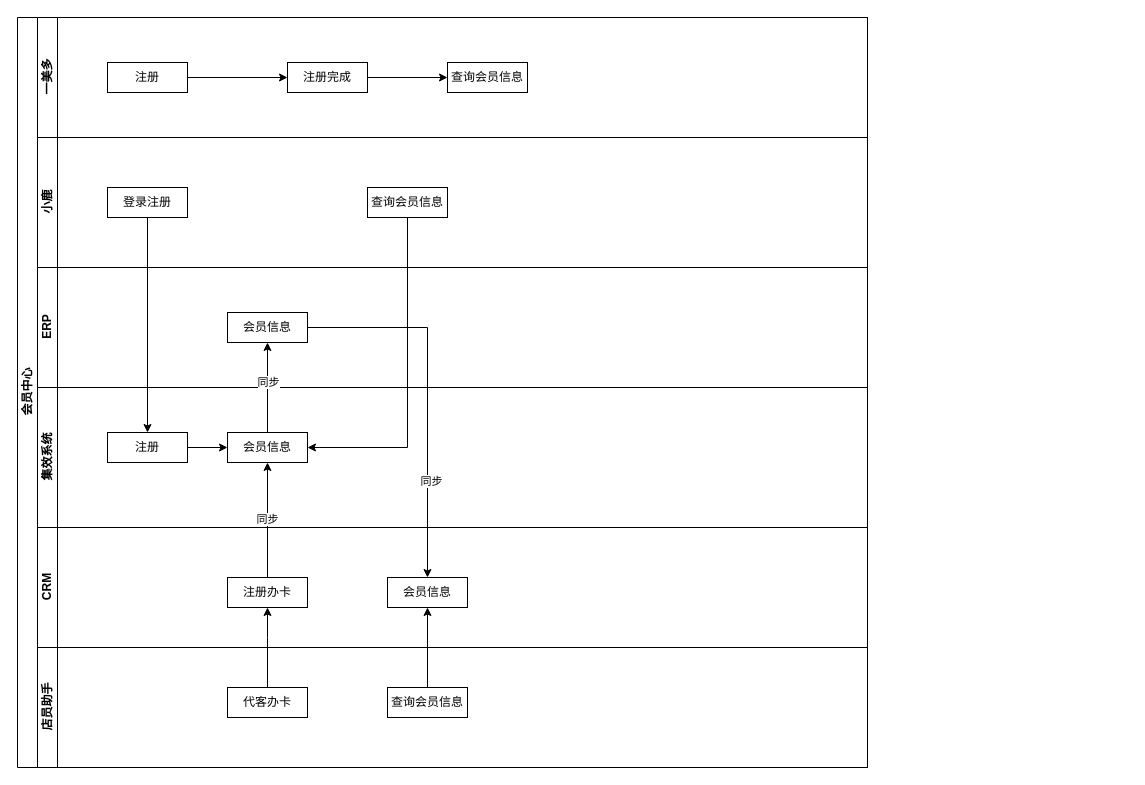
Before: page "Page-2" (2 of 4) of 会员.drawio in JustDoItHilary/HilarysTraining, a draw.io diagram. Source tidied: cells renumbered, new cells numbered last; positions are measured from the earlier drawing's top-left corner, leaving out a move shared by most shapes. Both pictures are drawn from the tidied source at 100%, with x=0, y=0 at pixel (17, 17).
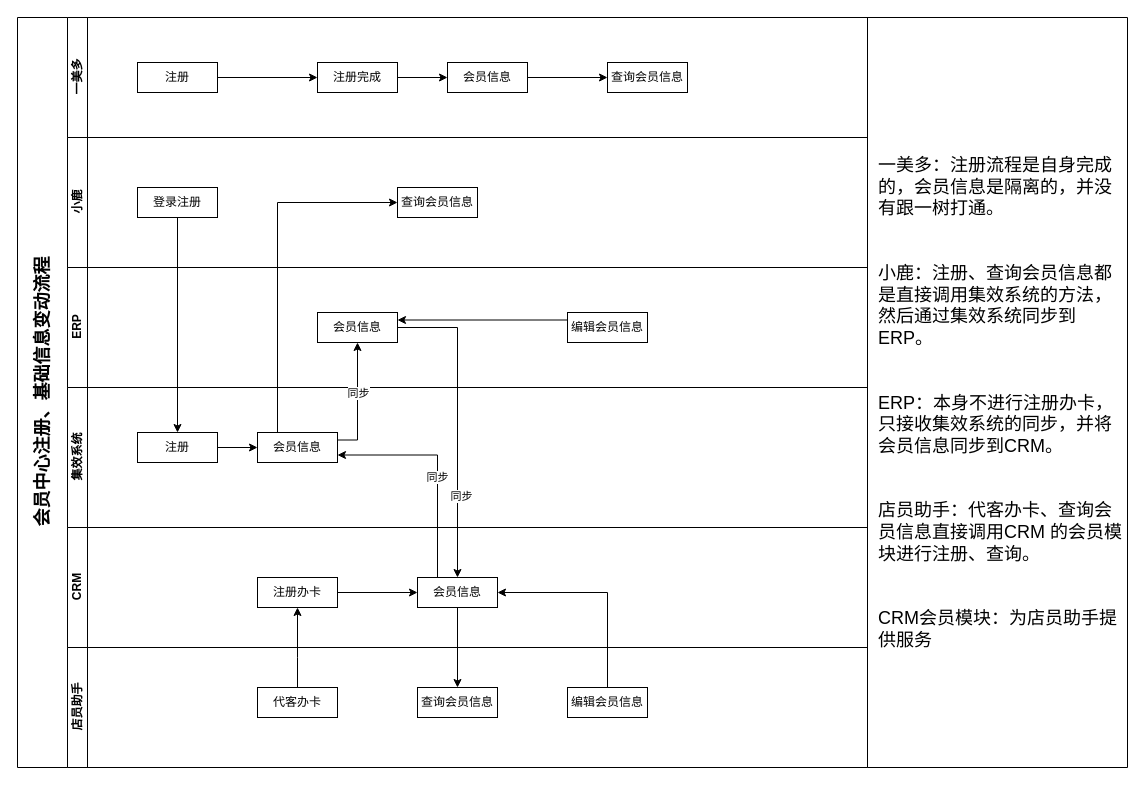
The same page after the edit.

The change refers to these unchanged cells:
```xml
<mxCell id="9" value="查询会员信息" style="rounded=0;whiteSpace=wrap;html=1;" parent="7" vertex="1">
  <mxGeometry x="330" y="50" width="80" height="30" as="geometry" />
</mxCell>
<mxCell id="13" value="会员信息" style="rounded=0;whiteSpace=wrap;html=1;" parent="12" vertex="1">
  <mxGeometry x="190" y="45" width="80" height="30" as="geometry" />
</mxCell>
<mxCell id="17" value="注册办卡" style="rounded=0;whiteSpace=wrap;html=1;" parent="16" vertex="1">
  <mxGeometry x="190" y="50" width="80" height="30" as="geometry" />
</mxCell>
<mxCell id="18" value="会员信息" style="rounded=0;whiteSpace=wrap;html=1;" parent="16" vertex="1">
  <mxGeometry x="350" y="50" width="80" height="30" as="geometry" />
</mxCell>
<mxCell id="20" value="查询会员信息" style="rounded=0;whiteSpace=wrap;html=1;" parent="19" vertex="1">
  <mxGeometry x="350" y="40" width="80" height="30" as="geometry" />
</mxCell>
<mxCell id="21" value="代客办卡" style="rounded=0;whiteSpace=wrap;html=1;" parent="19" vertex="1">
  <mxGeometry x="190" y="40" width="80" height="30" as="geometry" />
</mxCell>
```

Diff of the diagram source:
```diff
@@
-    <mxCell id="2" value="会员中心" style="swimlane;html=1;horizontal=0;startSize=20;" parent="1" vertex="1">
+    <mxCell id="2" value="&lt;font style=&quot;line-height: 90% ; font-size: 18px&quot;&gt;会员中心注册、基础信息变动流程&lt;/font&gt;" style="swimlane;html=1;horizontal=0;startSize=50;" parent="1" vertex="1">
       <mxGeometry width="850" height="750" as="geometry" />
     </mxCell>
     <mxCell id="3" value="一美多" style="swimlane;html=1;startSize=20;horizontal=0;" parent="2" vertex="1">
-      <mxGeometry x="20" width="830" height="120" as="geometry" />
+      <mxGeometry x="50" width="800" height="120" as="geometry" />
     </mxCell>
@@
     <mxCell id="7" value="小鹿" style="swimlane;html=1;startSize=20;horizontal=0;" parent="2" vertex="1">
-      <mxGeometry x="20" y="120" width="830" height="130" as="geometry" />
+      <mxGeometry x="50" y="120" width="800" height="130" as="geometry" />
     </mxCell>
@@
     <mxCell id="10" value="ERP" style="swimlane;html=1;startSize=20;horizontal=0;" parent="2" vertex="1">
-      <mxGeometry x="20" y="250" width="830" height="120" as="geometry" />
+      <mxGeometry x="50" y="250" width="800" height="120" as="geometry" />
     </mxCell>
     <mxCell id="11" value="会员信息" style="rounded=0;whiteSpace=wrap;html=1;" parent="10" vertex="1">
-      <mxGeometry x="190" y="45" width="80" height="30" as="geometry" />
+      <mxGeometry x="250" y="45" width="80" height="30" as="geometry" />
     </mxCell>
+    <mxCell id="35" style="edgeStyle=orthogonalEdgeStyle;rounded=0;jettySize=auto;html=1;exitX=0;exitY=0.25;exitDx=0;exitDy=0;entryX=1;entryY=0.25;entryDx=0;entryDy=0;strokeColor=#000000;strokeWidth=1;fontColor=#007FFF;jumpStyle=arc;" parent="10" edge="1" source="36" target="11">
+      <mxGeometry relative="1" as="geometry" />
+    </mxCell>
+    <mxCell id="36" value="编辑会员信息" style="rounded=0;whiteSpace=wrap;html=1;" parent="10" vertex="1">
+      <mxGeometry x="500" y="45" width="80" height="30" as="geometry" />
+    </mxCell>
     <mxCell id="12" value="集效系统" style="swimlane;html=1;startSize=20;horizontal=0;" parent="2" vertex="1">
-      <mxGeometry x="20" y="370" width="830" height="140" as="geometry" />
+      <mxGeometry x="50" y="370" width="800" height="140" as="geometry" />
     </mxCell>
@@
     <mxCell id="16" value="CRM" style="swimlane;html=1;startSize=20;horizontal=0;" parent="2" vertex="1">
-      <mxGeometry x="20" y="510" width="830" height="120" as="geometry" />
+      <mxGeometry x="50" y="510" width="800" height="120" as="geometry" />
     </mxCell>
@@
+    <mxCell id="37" style="edgeStyle=orthogonalEdgeStyle;rounded=0;jettySize=auto;html=1;exitX=1;exitY=0.5;exitDx=0;exitDy=0;entryX=0;entryY=0.5;entryDx=0;entryDy=0;" parent="16" edge="1" source="17" target="18">
+      <mxGeometry relative="1" as="geometry" />
+    </mxCell>
     <mxCell id="19" value="店员助手" style="swimlane;html=1;startSize=20;horizontal=0;" parent="2" vertex="1">
-      <mxGeometry x="20" y="630" width="830" height="120" as="geometry" />
+      <mxGeometry x="50" y="630" width="800" height="120" as="geometry" />
     </mxCell>
@@
+    <mxCell id="38" value="编辑会员信息" style="rounded=0;whiteSpace=wrap;html=1;" parent="19" vertex="1">
+      <mxGeometry x="500" y="40" width="80" height="30" as="geometry" />
+    </mxCell>
-    <mxCell id="22" value="同步" style="edgeStyle=orthogonalEdgeStyle;rounded=0;jettySize=auto;html=1;" parent="2" edge="1" source="17" target="13">
-      <mxGeometry relative="1" as="geometry" />
+    <mxCell id="22" value="同步" style="edgeStyle=orthogonalEdgeStyle;rounded=0;jettySize=auto;html=1;exitX=0.25;exitY=0;exitDx=0;exitDy=0;entryX=1;entryY=0.75;entryDx=0;entryDy=0;" parent="2" edge="1" source="18" target="13">
+      <mxGeometry x="-0.1" relative="1" as="geometry" />
     </mxCell>
@@
-    <mxCell id="24" style="edgeStyle=orthogonalEdgeStyle;rounded=0;jettySize=auto;html=1;" parent="2" edge="1" source="13" target="11">
+    <mxCell id="24" style="edgeStyle=orthogonalEdgeStyle;rounded=0;jettySize=auto;html=1;exitX=1;exitY=0.25;exitDx=0;exitDy=0;" parent="2" edge="1" source="13" target="11">
       <mxGeometry relative="1" as="geometry" />
     </mxCell>
@@
-    <mxCell id="26" style="edgeStyle=orthogonalEdgeStyle;rounded=0;jettySize=auto;html=1;entryX=1;entryY=0.5;entryDx=0;entryDy=0;" parent="2" edge="1" source="9" target="13">
-      <mxGeometry relative="1" as="geometry">
-        <Array as="points">
-          <mxPoint x="390" y="430" />
-        </Array>
-      </mxGeometry>
-    </mxCell>
-    <mxCell id="27" style="edgeStyle=orthogonalEdgeStyle;rounded=0;jettySize=auto;html=1;" parent="2" edge="1" source="21" target="17">
+    <mxCell id="27" style="edgeStyle=orthogonalEdgeStyle;rounded=0;jettySize=auto;html=1;exitX=0.5;exitY=0;exitDx=0;exitDy=0;entryX=0.5;entryY=1;entryDx=0;entryDy=0;" parent="2" edge="1" source="21" target="17">
       <mxGeometry relative="1" as="geometry">
         <Array as="points">
-          <mxPoint x="250" y="620" />
-          <mxPoint x="250" y="620" />
+          <mxPoint x="280" y="640" />
+          <mxPoint x="280" y="640" />
         </Array>
       </mxGeometry>
     </mxCell>
-    <mxCell id="28" style="edgeStyle=orthogonalEdgeStyle;rounded=0;jettySize=auto;html=1;" parent="2" edge="1" source="20" target="18">
-      <mxGeometry relative="1" as="geometry" />
-    </mxCell>
-    <mxCell id="29" style="edgeStyle=orthogonalEdgeStyle;rounded=0;jettySize=auto;html=1;exitX=1;exitY=0.5;exitDx=0;exitDy=0;entryX=0.5;entryY=0;entryDx=0;entryDy=0;" parent="2" edge="1" source="11" target="18">
+    <mxCell id="29" style="edgeStyle=orthogonalEdgeStyle;rounded=0;jettySize=auto;html=1;exitX=1;exitY=0.5;exitDx=0;exitDy=0;entryX=0.5;entryY=0;entryDx=0;entryDy=0;jumpStyle=arc;" parent="2" edge="1" source="11" target="18">
       <mxGeometry relative="1" as="geometry" />
     </mxCell>
@@
+    <mxCell id="28" style="edgeStyle=orthogonalEdgeStyle;rounded=0;jettySize=auto;html=1;exitX=0.5;exitY=1;exitDx=0;exitDy=0;" parent="2" edge="1" source="18" target="20">
+      <mxGeometry relative="1" as="geometry">
+        <Array as="points">
+          <mxPoint x="440" y="670" />
+        </Array>
+      </mxGeometry>
+    </mxCell>
+    <mxCell id="26" style="edgeStyle=orthogonalEdgeStyle;rounded=0;jettySize=auto;html=1;exitX=0.25;exitY=0;exitDx=0;exitDy=0;jumpStyle=arc;entryX=0;entryY=0.5;entryDx=0;entryDy=0;" parent="2" edge="1" source="13" target="9">
+      <mxGeometry relative="1" as="geometry">
+        <Array as="points">
+          <mxPoint x="260" y="185" />
+        </Array>
+      </mxGeometry>
+    </mxCell>
+    <mxCell id="39" style="edgeStyle=orthogonalEdgeStyle;rounded=0;jettySize=auto;html=1;exitX=0.5;exitY=0;exitDx=0;exitDy=0;entryX=1;entryY=0.5;entryDx=0;entryDy=0;strokeColor=#000000;strokeWidth=1;fontColor=#007FFF;" parent="2" edge="1" source="38" target="18">
+      <mxGeometry relative="1" as="geometry" />
+    </mxCell>
@@
+    <mxCell id="40" style="edgeStyle=orthogonalEdgeStyle;rounded=0;jettySize=auto;html=1;strokeColor=#000000;strokeWidth=1;fontColor=#007FFF;" parent="1" edge="1" source="33" target="41">
+      <mxGeometry relative="1" as="geometry" />
+    </mxCell>
-    <mxCell id="33" value="查询会员信息" style="rounded=0;whiteSpace=wrap;html=1;" parent="1" vertex="1">
+    <mxCell id="33" value="会员信息" style="rounded=0;whiteSpace=wrap;html=1;" parent="1" vertex="1">
       <mxGeometry x="430" y="45" width="80" height="30" as="geometry" />
     </mxCell>
@@
+    <mxCell id="41" value="查询会员信息" style="rounded=0;whiteSpace=wrap;html=1;" parent="1" vertex="1">
+      <mxGeometry x="590" y="45" width="80" height="30" as="geometry" />
+    </mxCell>
+    <mxCell id="42" style="shape=table;html=1;whiteSpace=wrap;startSize=0;childLayout=tableLayout;spacingLeft=10;spacingRight=10;spacing=0;verticalAlign=middle;" parent="1" vertex="1">
+      <mxGeometry x="850" width="260" height="750" as="geometry" />
+    </mxCell>
+    <mxCell id="43" style="shape=partialRectangle;html=1;whiteSpace=wrap;fillColor=none;top=0;left=0;bottom=0;right=0;" parent="42" vertex="1">
+      <mxGeometry width="260" height="750" as="geometry" />
+    </mxCell>
+    <mxCell id="44" value="&lt;font style=&quot;font-size: 18px&quot;&gt;&lt;br&gt;&lt;br&gt;&lt;br&gt;&lt;br&gt;&lt;/font&gt;&lt;p style=&quot;margin-top: 0pt ; margin-bottom: 0pt ; margin-left: 0in ; text-align: left ; direction: ltr ; unicode-bidi: embed ; word-break: normal ; font-size: 18px&quot;&gt;&lt;span style=&quot;font-family: &amp;#34;microsoft yahei&amp;#34; ; color: black&quot;&gt;&lt;font style=&quot;font-size: 18px&quot;&gt;一美多：注册流程是自身完成的，会员信息是隔离的，并没有跟一树打通。&lt;/font&gt;&lt;/span&gt;&lt;/p&gt;&lt;p style=&quot;margin-top: 0pt ; margin-bottom: 0pt ; margin-left: 0in ; text-align: left ; direction: ltr ; unicode-bidi: embed ; word-break: normal ; font-size: 18px&quot;&gt;&lt;span style=&quot;font-family: &amp;#34;microsoft yahei&amp;#34; ; color: black&quot;&gt;&lt;font style=&quot;font-size: 18px&quot;&gt;&lt;br&gt;&lt;/font&gt;&lt;/span&gt;&lt;/p&gt;&lt;font style=&quot;font-size: 18px&quot;&gt;&lt;br&gt;&lt;/font&gt;&lt;p style=&quot;margin-top: 0pt ; margin-bottom: 0pt ; margin-left: 0in ; text-align: left ; direction: ltr ; unicode-bidi: embed ; word-break: normal ; font-size: 18px&quot;&gt;&lt;/p&gt;&lt;p style=&quot;margin-top: 0pt ; margin-bottom: 0pt ; margin-left: 0in ; text-align: left ; direction: ltr ; unicode-bidi: embed ; word-break: normal ; font-size: 18px&quot;&gt;&lt;font style=&quot;font-size: 18px&quot;&gt;&lt;span style=&quot;font-family: &amp;#34;microsoft yahei&amp;#34; ; color: black&quot;&gt;小鹿：注册、查询会员信息都是直接调用集效系统的方法，然后通过集效系统同步到&lt;/span&gt;&lt;span style=&quot;font-family: &amp;#34;microsoft yahei&amp;#34; ; color: black&quot;&gt;ERP&lt;/span&gt;&lt;span style=&quot;font-family: &amp;#34;microsoft yahei&amp;#34; ; color: black&quot;&gt;。&lt;/span&gt;&lt;/font&gt;&lt;/p&gt;&lt;font style=&quot;font-size: 18px&quot;&gt;&lt;br&gt;&lt;/font&gt;&lt;p style=&quot;margin-top: 0pt ; margin-bottom: 0pt ; margin-left: 0in ; text-align: left ; direction: ltr ; unicode-bidi: embed ; word-break: normal ; font-size: 18px&quot;&gt;&lt;/p&gt;&lt;font style=&quot;font-size: 18px&quot;&gt;&lt;br&gt;&lt;/font&gt;&lt;p style=&quot;margin-top: 0pt ; margin-bottom: 0pt ; margin-left: 0in ; text-align: left ; direction: ltr ; unicode-bidi: embed ; word-break: normal ; font-size: 18px&quot;&gt;&lt;font style=&quot;font-size: 18px&quot;&gt;&lt;span style=&quot;font-family: &amp;#34;microsoft yahei&amp;#34; ; color: black&quot;&gt;ERP&lt;/span&gt;&lt;span style=&quot;font-family: &amp;#34;microsoft yahei&amp;#34; ; color: black&quot;&gt;：本身不进行注册办卡，只接收集效系统的同步，并将会员信息同步到&lt;/span&gt;&lt;span style=&quot;font-family: &amp;#34;microsoft yahei&amp;#34; ; color: black&quot;&gt;CRM&lt;/span&gt;&lt;span style=&quot;font-family: &amp;#34;microsoft yahei&amp;#34; ; color: black&quot;&gt;。&lt;/span&gt;&lt;/font&gt;&lt;/p&gt;&lt;font style=&quot;font-size: 18px&quot;&gt;&lt;br&gt;&lt;br&gt;&lt;/font&gt;&lt;p style=&quot;margin-top: 0pt ; margin-bottom: 0pt ; margin-left: 0in ; text-align: left ; direction: ltr ; unicode-bidi: embed ; word-break: normal ; font-size: 18px&quot;&gt;&lt;/p&gt;&lt;p style=&quot;margin-top: 0pt ; margin-bottom: 0pt ; margin-left: 0in ; text-align: left ; direction: ltr ; unicode-bidi: embed ; word-break: normal ; font-size: 18px&quot;&gt;&lt;font style=&quot;font-size: 18px&quot;&gt;&lt;span style=&quot;font-family: &amp;#34;microsoft yahei&amp;#34; ; color: black&quot;&gt;店员助手：代客办卡、查询会员信息直接调用&lt;/span&gt;&lt;span style=&quot;font-family: &amp;#34;microsoft yahei&amp;#34; ; color: black&quot;&gt;CRM&lt;/span&gt;&lt;span style=&quot;font-family: &amp;#34;microsoft yahei&amp;#34; ; color: black&quot;&gt; 的会员模块进行注册、查询。&lt;/span&gt;&lt;/font&gt;&lt;/p&gt;&lt;font style=&quot;font-size: 18px&quot;&gt;&lt;br&gt;&lt;br&gt;&lt;/font&gt;&lt;p style=&quot;margin-top: 0pt ; margin-bottom: 0pt ; margin-left: 0in ; text-align: left ; direction: ltr ; unicode-bidi: embed ; word-break: normal ; font-size: 18px&quot;&gt;&lt;/p&gt;&lt;p style=&quot;margin-top: 0pt ; margin-bottom: 0pt ; margin-left: 0in ; text-align: left ; direction: ltr ; unicode-bidi: embed ; word-break: normal ; font-size: 18px&quot;&gt;&lt;font style=&quot;font-size: 18px&quot;&gt;&lt;span style=&quot;font-family: &amp;#34;microsoft yahei&amp;#34; ; color: black&quot;&gt;CRM&lt;/span&gt;&lt;span style=&quot;font-family: &amp;#34;microsoft yahei&amp;#34; ; color: black&quot;&gt;会员模块：为店员助手提供服务&lt;/span&gt;&lt;/font&gt;&lt;/p&gt;&lt;font style=&quot;font-size: 18px&quot;&gt;&lt;br&gt;&lt;br&gt;&lt;br&gt;&lt;/font&gt;" style="shape=partialRectangle;html=1;whiteSpace=wrap;overflow=hidden;fillColor=none;top=0;left=0;bottom=0;right=0;spacingLeft=10;" parent="43" vertex="1">
+      <mxGeometry width="260" height="750" as="geometry" />
+    </mxCell>
```
